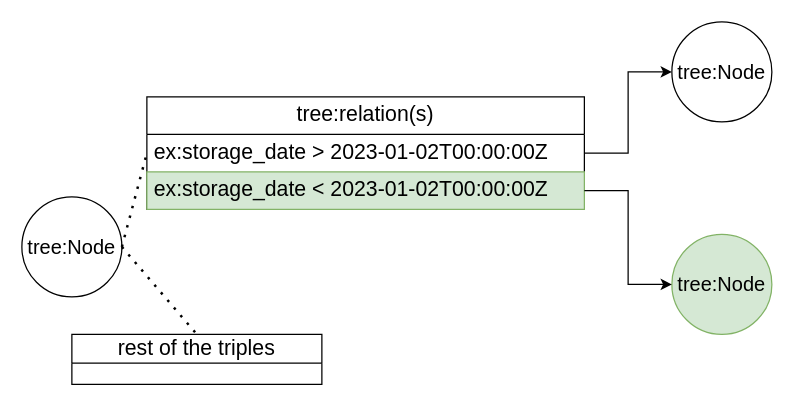
Above: content/img/running_example.drawio in constraintAutomaton/rule-based-approach-for-source-selection-in-LTQP (draw.io), before the change. Source tidied: cells renumbered, new cells numbered last; positions are measured from the earlier drawing's top-left corner, leaving out a move shared by most shapes. Both pictures are drawn from the tidied source at 125%, with x=0, y=0 at pixel (21, 21).
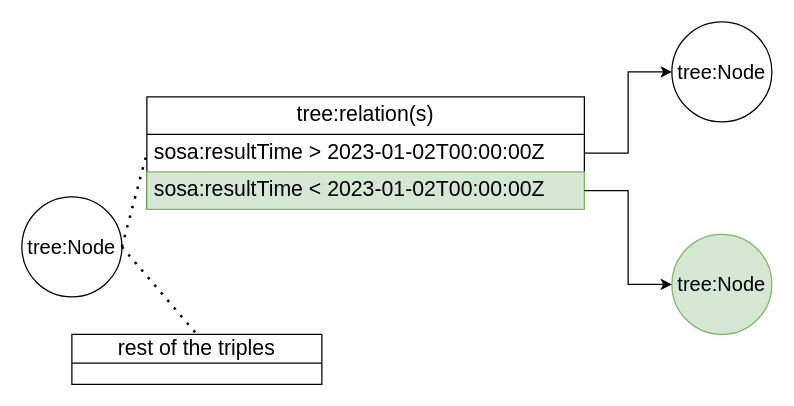
After the change.

Diff of the diagram source:
```diff
@@
 <mxGraphModel>
   <root>
     <mxCell id="0" />
     <mxCell id="1" parent="0" />
     <mxCell id="2" value="&lt;font style=&quot;font-size: 16px;&quot;&gt;tree:Node&lt;/font&gt;" style="ellipse;whiteSpace=wrap;html=1;" parent="1" vertex="1">
       <mxGeometry y="140" width="80" height="80" as="geometry" />
     </mxCell>
     <mxCell id="3" value="&lt;font style=&quot;font-size: 17px;&quot;&gt;tree:relation(s)&lt;/font&gt;" style="swimlane;fontStyle=0;horizontal=1;startSize=30;whiteSpace=wrap;html=1;" parent="1" vertex="1">
       <mxGeometry x="100" y="60" width="350" height="90" as="geometry" />
     </mxCell>
-    <mxCell id="4" value="&lt;font style=&quot;font-size: 17px;&quot;&gt;ex:storage_date &amp;gt;&amp;nbsp;2023-01-02T00:00:00Z&lt;/font&gt;" style="text;strokeColor=none;fillColor=none;align=left;verticalAlign=middle;spacingLeft=4;spacingRight=4;overflow=hidden;points=[[0,0.5],[1,0.5]];portConstraint=eastwest;whiteSpace=wrap;html=1;" parent="3" vertex="1">
+    <mxCell id="4" value="&lt;font style=&quot;font-size: 17px;&quot;&gt;sosa:resultTime &amp;gt;&amp;nbsp;2023-01-02T00:00:00Z&lt;/font&gt;" style="text;strokeColor=none;fillColor=none;align=left;verticalAlign=middle;spacingLeft=4;spacingRight=4;overflow=hidden;points=[[0,0.5],[1,0.5]];portConstraint=eastwest;whiteSpace=wrap;html=1;" parent="3" vertex="1">
       <mxGeometry y="30" width="350" height="30" as="geometry" />
     </mxCell>
-    <mxCell id="5" value="&lt;font style=&quot;font-size: 17px;&quot;&gt;ex:storage_date &amp;lt;&amp;nbsp;2023-01-02T00:00:00Z&lt;/font&gt;" style="text;strokeColor=#82b366;fillColor=#d5e8d4;align=left;verticalAlign=middle;spacingLeft=4;spacingRight=4;overflow=hidden;points=[[0,0.5],[1,0.5]];portConstraint=eastwest;whiteSpace=wrap;html=1;" parent="3" vertex="1">
+    <mxCell id="5" value="&lt;font style=&quot;font-size: 17px;&quot;&gt;sosa:resultTime &amp;lt;&amp;nbsp;2023-01-02T00:00:00Z&lt;/font&gt;" style="text;strokeColor=#82b366;fillColor=#d5e8d4;align=left;verticalAlign=middle;spacingLeft=4;spacingRight=4;overflow=hidden;points=[[0,0.5],[1,0.5]];portConstraint=eastwest;whiteSpace=wrap;html=1;" parent="3" vertex="1">
       <mxGeometry y="60" width="350" height="30" as="geometry" />
     </mxCell>
     <mxCell id="6" value="&lt;span style=&quot;font-weight: normal;&quot;&gt;&lt;font style=&quot;font-size: 17px;&quot;&gt;rest of the triples&lt;/font&gt;&lt;/span&gt;" style="swimlane;whiteSpace=wrap;html=1;startSize=23;" parent="1" vertex="1">
       <mxGeometry x="40" y="250" width="200" height="40" as="geometry" />
     </mxCell>
     <mxCell id="7" style="endArrow=none;dashed=1;html=1;dashPattern=1 3;strokeWidth=2;rounded=0;exitX=1;exitY=0.5;exitDx=0;exitDy=0;entryX=0;entryY=0.5;entryDx=0;entryDy=0;" parent="1" edge="1" source="2" target="4">
       <mxGeometry relative="1" as="geometry" />
     </mxCell>
     <mxCell id="8" style="endArrow=none;dashed=1;html=1;dashPattern=1 3;strokeWidth=2;rounded=0;exitX=1;exitY=0.5;exitDx=0;exitDy=0;entryX=0.5;entryY=0;entryDx=0;entryDy=0;" parent="1" edge="1" source="2" target="6">
       <mxGeometry relative="1" as="geometry" />
     </mxCell>
     <mxCell id="9" value="&lt;font style=&quot;font-size: 16px;&quot;&gt;tree:Node&lt;/font&gt;" style="ellipse;whiteSpace=wrap;html=1;" parent="1" vertex="1">
       <mxGeometry x="520" width="80" height="80" as="geometry" />
     </mxCell>
     <mxCell id="10" value="&lt;font style=&quot;font-size: 16px;&quot;&gt;tree:Node&lt;/font&gt;" style="ellipse;whiteSpace=wrap;html=1;fillColor=#d5e8d4;strokeColor=#82b366;" parent="1" vertex="1">
       <mxGeometry x="520" y="170" width="80" height="80" as="geometry" />
     </mxCell>
     <mxCell id="11" style="edgeStyle=orthogonalEdgeStyle;rounded=0;jettySize=auto;html=1;entryX=0;entryY=0.5;entryDx=0;entryDy=0;" parent="1" edge="1" source="4" target="9">
       <mxGeometry relative="1" as="geometry" />
     </mxCell>
     <mxCell id="12" style="edgeStyle=orthogonalEdgeStyle;rounded=0;jettySize=auto;html=1;entryX=0;entryY=0.5;entryDx=0;entryDy=0;" parent="1" edge="1" source="5" target="10">
       <mxGeometry relative="1" as="geometry" />
     </mxCell>
   </root>
 </mxGraphModel>
```
